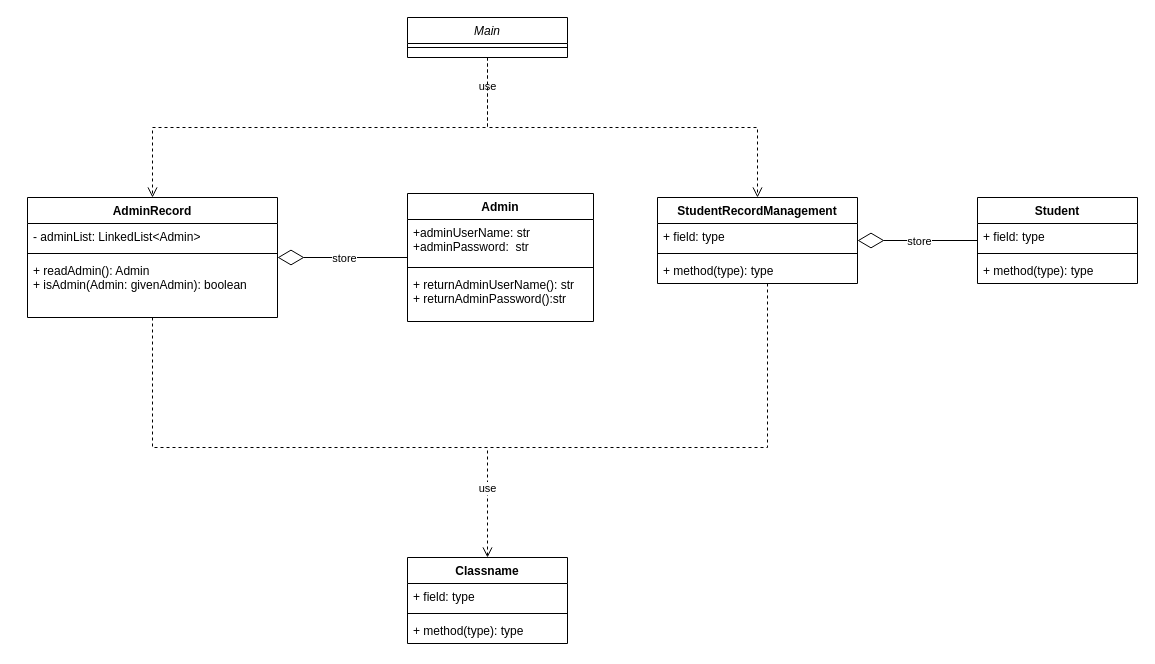
Before: Untitled Diagram.drawio in ReggieReo/ReggieReo, a draw.io diagram. Source tidied: cells renumbered, new cells numbered last; positions are measured from the earlier drawing's top-left corner, leaving out a move shared by most shapes. Both pictures are drawn from the tidied source at 100%, with x=0, y=0 at pixel (27, 17).
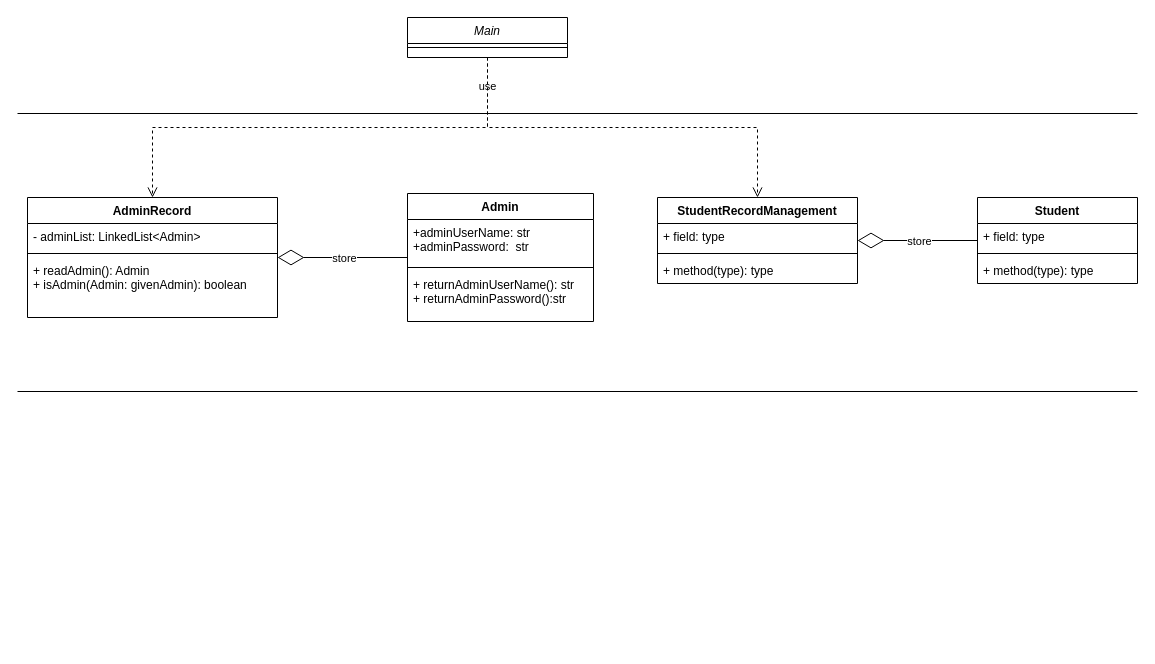
After the change.

Unchanged cells that the change refers to:
```xml
<mxCell id="10" value="AdminRecord" style="swimlane;fontStyle=1;align=center;verticalAlign=top;horizontal=1;startSize=26;" parent="1" vertex="1">
  <mxGeometry y="180" width="250" height="120" as="geometry" />
</mxCell>
```

The edit, as a diff of the source:
```diff
@@
-    <mxCell id="26" value="Classname" style="swimlane;fontStyle=1;align=center;verticalAlign=top;horizontal=1;startSize=26;" parent="1" vertex="1">
-      <mxGeometry x="380" y="540" width="160" height="86" as="geometry" />
-    </mxCell>
-    <mxCell id="27" value="+ field: type" style="text;strokeColor=none;fillColor=none;align=left;verticalAlign=top;spacingLeft=4;spacingRight=4;overflow=hidden;" parent="26" vertex="1">
-      <mxGeometry y="26" width="160" height="26" as="geometry" />
-    </mxCell>
-    <mxCell id="28" style="line;strokeWidth=1;fillColor=none;align=left;verticalAlign=middle;spacingTop=-1;spacingLeft=3;spacingRight=3;labelPosition=right;strokeColor=inherit;" parent="26" vertex="1">
-      <mxGeometry y="52" width="160" height="8" as="geometry" />
-    </mxCell>
-    <mxCell id="29" value="+ method(type): type" style="text;strokeColor=none;fillColor=none;align=left;verticalAlign=top;spacingLeft=4;spacingRight=4;overflow=hidden;" parent="26" vertex="1">
-      <mxGeometry y="60" width="160" height="26" as="geometry" />
-    </mxCell>
-    <mxCell id="30" style="html=1;verticalAlign=bottom;endArrow=open;dashed=1;endSize=8;edgeStyle=elbowEdgeStyle;elbow=vertical;curved=0;rounded=0;" parent="1" edge="1" source="10" target="26">
-      <mxGeometry relative="1" as="geometry">
-        <Array as="points">
-          <mxPoint x="460" y="430" />
-          <mxPoint x="310" y="430" />
-        </Array>
-      </mxGeometry>
-    </mxCell>
-    <mxCell id="31" value="use" style="edgeLabel;html=1;align=center;verticalAlign=middle;" parent="30" vertex="1">
-      <mxGeometry x="-0.05" y="1" relative="1" as="geometry">
-        <mxPoint x="191" y="41" as="offset" />
-      </mxGeometry>
-    </mxCell>
-    <mxCell id="32" style="html=1;verticalAlign=bottom;endArrow=none;dashed=1;endSize=8;edgeStyle=elbowEdgeStyle;elbow=vertical;curved=0;rounded=0;endFill=0;" parent="1" edge="1">
-      <mxGeometry relative="1" as="geometry">
-        <mxPoint x="740" y="266" as="sourcePoint" />
-        <mxPoint x="460" y="430" as="targetPoint" />
-        <Array as="points">
-          <mxPoint x="640" y="430" />
-        </Array>
-      </mxGeometry>
-    </mxCell>
+    <mxCell id="33" style="line;strokeWidth=1;fillColor=none;align=left;verticalAlign=middle;spacingTop=-1;spacingLeft=3;spacingRight=3;labelPosition=right;strokeColor=inherit;" parent="1" vertex="1">
+      <mxGeometry x="-10" y="92" width="1120" height="8" as="geometry" />
+    </mxCell>
+    <mxCell id="34" style="line;strokeWidth=1;fillColor=none;align=left;verticalAlign=middle;spacingTop=-1;spacingLeft=3;spacingRight=3;labelPosition=right;strokeColor=inherit;" parent="1" vertex="1">
+      <mxGeometry x="-10" y="370" width="1120" height="8" as="geometry" />
+    </mxCell>
```
